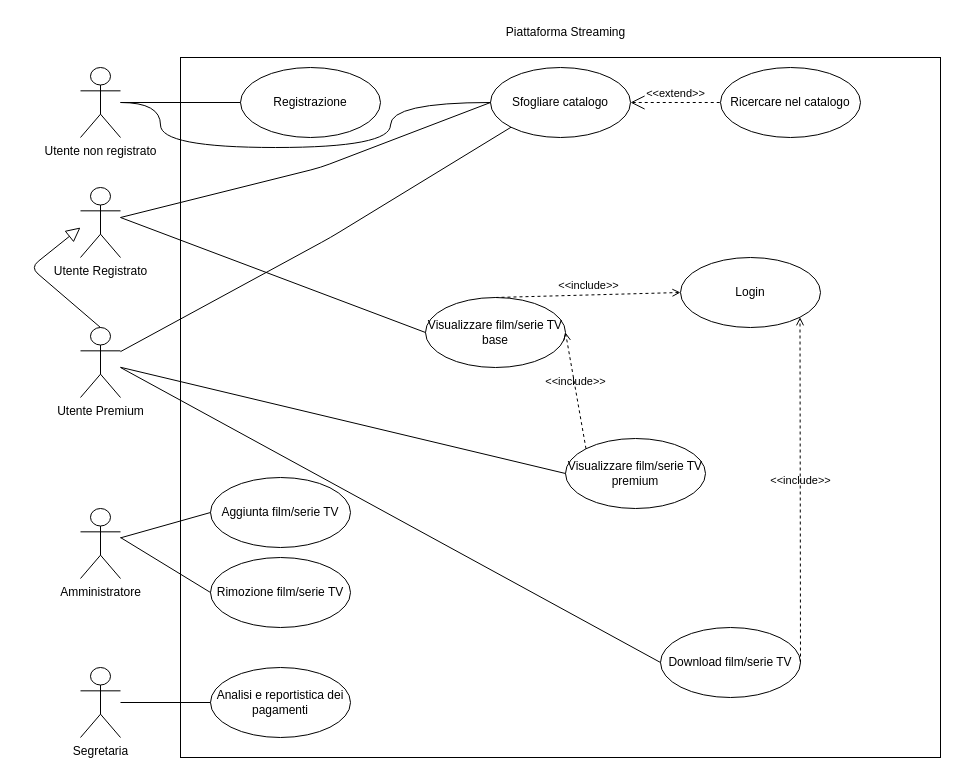
This is lab1/UC.drawio from Boz7567/FIS, a draw.io file, before an edit. Source tidied: cells renumbered, new cells numbered last; positions are measured from the earlier drawing's top-left corner, leaving out a move shared by most shapes. Both pictures are drawn from the tidied source at 100%, with x=0, y=0 at pixel (30, 17).
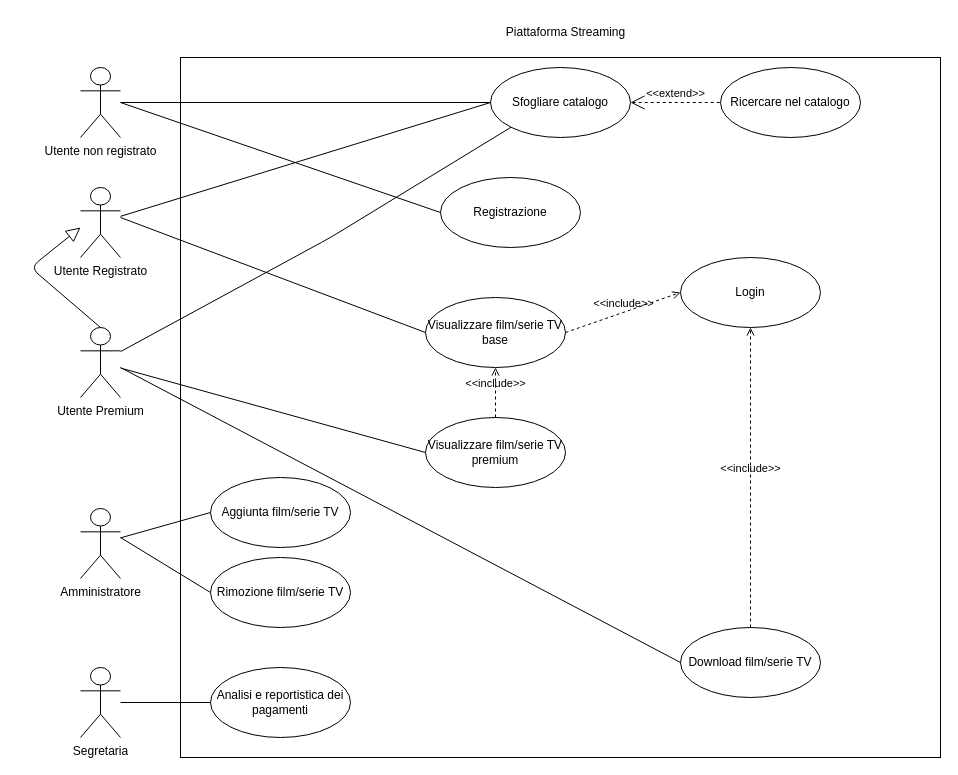
The same page after the edit.

Unchanged cells that the change refers to:
```xml
<mxCell id="4" value="Utente non registrato" style="shape=umlActor;verticalLabelPosition=bottom;verticalAlign=top;html=1;outlineConnect=0;" parent="1" vertex="1">
  <mxGeometry x="50" y="50" width="40" height="70" as="geometry" />
</mxCell>
<mxCell id="5" value="Login" style="ellipse;whiteSpace=wrap;html=1;" parent="1" vertex="1">
  <mxGeometry x="650" y="240" width="140" height="70" as="geometry" />
</mxCell>
<mxCell id="6" value="Utente Registrato" style="shape=umlActor;verticalLabelPosition=bottom;verticalAlign=top;html=1;outlineConnect=0;" parent="1" vertex="1">
  <mxGeometry x="50" y="170" width="40" height="70" as="geometry" />
</mxCell>
<mxCell id="11" value="Sfogliare catalogo" style="ellipse;whiteSpace=wrap;html=1;" parent="1" vertex="1">
  <mxGeometry x="460" y="50" width="140" height="70" as="geometry" />
</mxCell>
<mxCell id="18" value="Visualizzare film/serie TV base" style="ellipse;whiteSpace=wrap;html=1;" parent="1" vertex="1">
  <mxGeometry x="395" y="280" width="140" height="70" as="geometry" />
</mxCell>
```

The edit, as a diff of the source:
```diff
@@
-<mxGraphModel>
+<mxGraphModel background="#FFFFFF">
@@
     <mxCell id="9" value="Registrazione" style="ellipse;whiteSpace=wrap;html=1;" parent="1" vertex="1">
-      <mxGeometry x="210" y="50" width="140" height="70" as="geometry" />
+      <mxGeometry x="410" y="160" width="140" height="70" as="geometry" />
     </mxCell>
-    <mxCell id="10" style="endArrow=none;html=1;entryX=0;entryY=0.5;entryDx=0;entryDy=0;" parent="1" edge="1">
+    <mxCell id="10" style="endArrow=none;html=1;entryX=0;entryY=0.5;entryDx=0;entryDy=0;" parent="1" edge="1" target="9">
       <mxGeometry relative="1" as="geometry">
         <mxPoint x="90" y="85" as="sourcePoint" />
-        <mxPoint x="210" y="85" as="targetPoint" />
       </mxGeometry>
     </mxCell>
@@
-    <mxCell id="13" style="edgeStyle=orthogonalEdgeStyle;html=1;endArrow=none;verticalAlign=bottom;entryX=0;entryY=0.5;entryDx=0;entryDy=0;curved=1;" parent="1" edge="1" source="4" target="11">
-      <mxGeometry relative="1" as="geometry">
-        <Array as="points">
-          <mxPoint x="130" y="85" />
-          <mxPoint x="130" y="130" />
-          <mxPoint x="360" y="130" />
-          <mxPoint x="360" y="85" />
-        </Array>
-      </mxGeometry>
-    </mxCell>
@@
     <mxCell id="15" style="edgeStyle=none;html=1;endArrow=none;verticalAlign=bottom;entryX=0;entryY=0.5;entryDx=0;entryDy=0;" parent="1" edge="1" source="6" target="11">
-      <mxGeometry relative="1" as="geometry">
-        <Array as="points">
-          <mxPoint x="290" y="150" />
-        </Array>
-      </mxGeometry>
+      <mxGeometry relative="1" as="geometry" />
     </mxCell>
@@
-    <mxCell id="20" value="&amp;lt;&amp;lt;include&amp;gt;&amp;gt;" style="edgeStyle=none;html=1;endArrow=open;verticalAlign=bottom;dashed=1;labelBackgroundColor=none;exitX=0.5;exitY=0;exitDx=0;exitDy=0;entryX=0;entryY=0.5;entryDx=0;entryDy=0;" parent="1" edge="1" source="18" target="5">
+    <mxCell id="20" value="&amp;lt;&amp;lt;include&amp;gt;&amp;gt;" style="edgeStyle=none;html=1;endArrow=open;verticalAlign=bottom;dashed=1;labelBackgroundColor=none;exitX=1;exitY=0.5;exitDx=0;exitDy=0;entryX=0;entryY=0.5;entryDx=0;entryDy=0;" parent="1" edge="1" source="18" target="5">
       <mxGeometry relative="1" as="geometry" />
     </mxCell>
@@
     <mxCell id="28" value="Visualizzare film/serie TV premium" style="ellipse;whiteSpace=wrap;html=1;" parent="1" vertex="1">
-      <mxGeometry x="535" y="421" width="140" height="70" as="geometry" />
+      <mxGeometry x="395" y="400" width="140" height="70" as="geometry" />
     </mxCell>
-    <mxCell id="29" value="&amp;lt;&amp;lt;include&amp;gt;&amp;gt;" style="edgeStyle=none;html=1;endArrow=open;verticalAlign=bottom;dashed=1;labelBackgroundColor=none;exitX=0;exitY=0;exitDx=0;exitDy=0;entryX=1;entryY=0.5;entryDx=0;entryDy=0;" parent="1" edge="1" source="28" target="18">
+    <mxCell id="29" value="&amp;lt;&amp;lt;include&amp;gt;&amp;gt;" style="edgeStyle=none;html=1;endArrow=open;verticalAlign=bottom;dashed=1;labelBackgroundColor=none;exitX=0.5;exitY=0;exitDx=0;exitDy=0;entryX=0.5;entryY=1;entryDx=0;entryDy=0;" parent="1" edge="1" source="28" target="18">
       <mxGeometry relative="1" as="geometry" />
     </mxCell>
@@
     <mxCell id="31" value="Download film/serie TV" style="ellipse;whiteSpace=wrap;html=1;" parent="1" vertex="1">
-      <mxGeometry x="630" y="610" width="140" height="70" as="geometry" />
+      <mxGeometry x="650" y="610" width="140" height="70" as="geometry" />
     </mxCell>
-    <mxCell id="32" value="&amp;lt;&amp;lt;include&amp;gt;&amp;gt;" style="edgeStyle=none;html=1;endArrow=open;verticalAlign=bottom;dashed=1;labelBackgroundColor=none;exitX=1;exitY=0.5;exitDx=0;exitDy=0;entryX=1;entryY=1;entryDx=0;entryDy=0;" parent="1" edge="1" source="31" target="5">
+    <mxCell id="32" value="&amp;lt;&amp;lt;include&amp;gt;&amp;gt;" style="edgeStyle=none;html=1;endArrow=open;verticalAlign=bottom;dashed=1;labelBackgroundColor=none;exitX=0.5;exitY=0;exitDx=0;exitDy=0;entryX=0.5;entryY=1;entryDx=0;entryDy=0;" parent="1" edge="1" source="31" target="5">
       <mxGeometry relative="1" as="geometry" />
     </mxCell>
@@
+    <mxCell id="13" style="endArrow=none;html=1;entryX=0;entryY=0.5;entryDx=0;entryDy=0;" parent="1" edge="1" source="4" target="11">
+      <mxGeometry relative="1" as="geometry" />
+    </mxCell>
```
